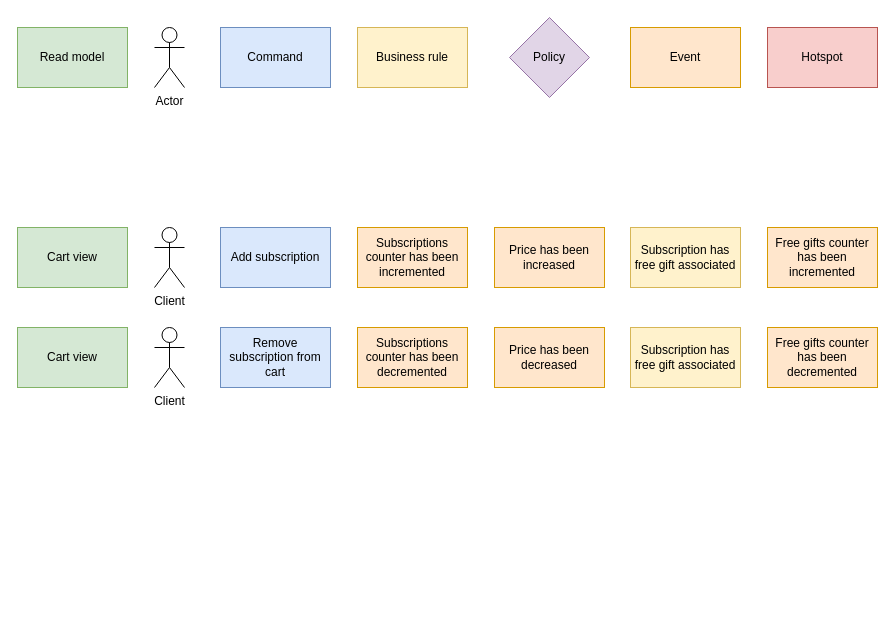
Earlier version of the draw.io diagram DNA_Droga_Nowoczesnego_Architekta/week_6/excercises/exc_2/subscription_dles.drawio (breader124/notes). Source tidied: cells renumbered, new cells numbered last; positions are measured from the earlier drawing's top-left corner, leaving out a move shared by most shapes. Both pictures are drawn from the tidied source at 100%, with x=0, y=0 at pixel (17, 17).
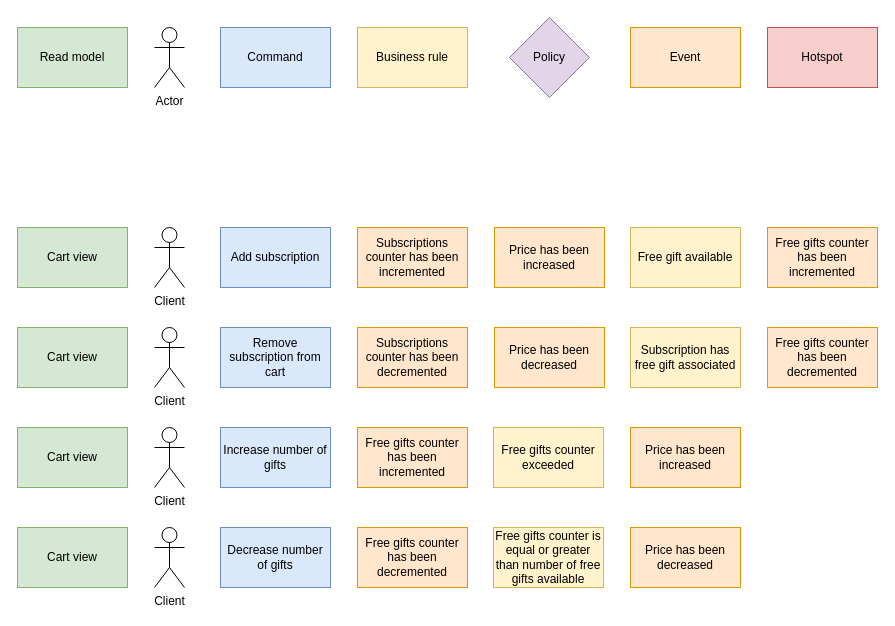
The same diagram, later.

Commit message:
My take on the problem finished up

Change to the diagram source:
```diff
@@
-    <mxCell id="19" value="Subscription has free gift associated" style="rounded=0;whiteSpace=wrap;html=1;fillColor=#fff2cc;strokeColor=#d6b656;" parent="1" vertex="1">
+    <mxCell id="19" value="Free gift available" style="rounded=0;whiteSpace=wrap;html=1;fillColor=#fff2cc;strokeColor=#d6b656;" parent="1" vertex="1">
       <mxGeometry x="613" y="210" width="110" height="60" as="geometry" />
     </mxCell>
@@
+    <mxCell id="23" value="Increase number of gifts" style="rounded=0;whiteSpace=wrap;html=1;fillColor=#dae8fc;strokeColor=#6c8ebf;" parent="1" vertex="1">
+      <mxGeometry x="203" y="410" width="110" height="60" as="geometry" />
+    </mxCell>
+    <mxCell id="24" value="Client" style="shape=umlActor;verticalLabelPosition=bottom;verticalAlign=top;html=1;" parent="1" vertex="1">
+      <mxGeometry x="137" y="410" width="30" height="60" as="geometry" />
+    </mxCell>
+    <mxCell id="25" value="Decrease number of gifts" style="rounded=0;whiteSpace=wrap;html=1;fillColor=#dae8fc;strokeColor=#6c8ebf;" parent="1" vertex="1">
+      <mxGeometry x="203" y="510" width="110" height="60" as="geometry" />
+    </mxCell>
+    <mxCell id="26" value="Client" style="shape=umlActor;verticalLabelPosition=bottom;verticalAlign=top;html=1;" parent="1" vertex="1">
+      <mxGeometry x="137" y="510" width="30" height="60" as="geometry" />
+    </mxCell>
+    <mxCell id="27" value="Cart view" style="rounded=0;whiteSpace=wrap;html=1;fillColor=#d5e8d4;strokeColor=#82b366;" parent="1" vertex="1">
+      <mxGeometry y="410" width="110" height="60" as="geometry" />
+    </mxCell>
+    <mxCell id="28" value="&lt;span&gt;Cart view&lt;/span&gt;" style="rounded=0;whiteSpace=wrap;html=1;fillColor=#d5e8d4;strokeColor=#82b366;" parent="1" vertex="1">
+      <mxGeometry y="510" width="110" height="60" as="geometry" />
+    </mxCell>
+    <mxCell id="29" value="Free gifts counter exceeded" style="rounded=0;whiteSpace=wrap;html=1;fillColor=#fff2cc;strokeColor=#d6b656;" parent="1" vertex="1">
+      <mxGeometry x="476" y="410" width="110" height="60" as="geometry" />
+    </mxCell>
+    <mxCell id="30" value="Price has been increased" style="rounded=0;whiteSpace=wrap;html=1;fillColor=#ffe6cc;strokeColor=#d79b00;" parent="1" vertex="1">
+      <mxGeometry x="613" y="410" width="110" height="60" as="geometry" />
+    </mxCell>
+    <mxCell id="31" value="Free gifts counter is equal or greater than number of free gifts available" style="rounded=0;whiteSpace=wrap;html=1;fillColor=#fff2cc;strokeColor=#d6b656;" parent="1" vertex="1">
+      <mxGeometry x="476" y="510" width="110" height="60" as="geometry" />
+    </mxCell>
+    <mxCell id="32" value="Price has been decreased" style="rounded=0;whiteSpace=wrap;html=1;fillColor=#ffe6cc;strokeColor=#d79b00;" parent="1" vertex="1">
+      <mxGeometry x="613" y="510" width="110" height="60" as="geometry" />
+    </mxCell>
+    <mxCell id="33" value="Free gifts counter has been incremented" style="rounded=0;whiteSpace=wrap;html=1;fillColor=#ffe6cc;strokeColor=#d79b00;" parent="1" vertex="1">
+      <mxGeometry x="340" y="410" width="110" height="60" as="geometry" />
+    </mxCell>
+    <mxCell id="34" value="Free gifts counter has been decremented" style="rounded=0;whiteSpace=wrap;html=1;fillColor=#ffe6cc;strokeColor=#d79b00;" parent="1" vertex="1">
+      <mxGeometry x="340" y="510" width="110" height="60" as="geometry" />
+    </mxCell>
```
